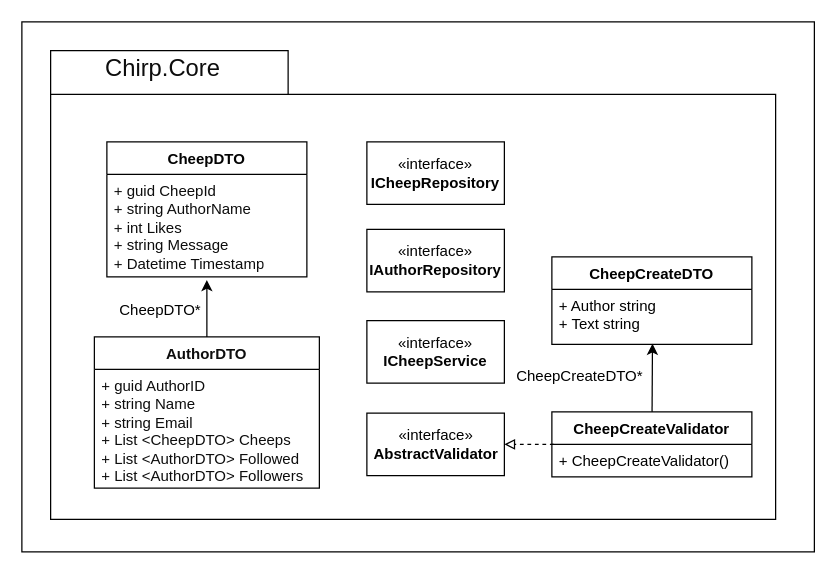
Above: Docs/Images/PackagesUMLClassDiagrams/PackageCoreUMLDiagram.drawio in ITU-BDSA23-GROUP4/Chirp (draw.io), before the change. Source tidied: cells renumbered, new cells numbered last; positions are measured from the earlier drawing's top-left corner, leaving out a move shared by most shapes. Both pictures are drawn from the tidied source at 125%, with x=0, y=0 at pixel (21, 21).
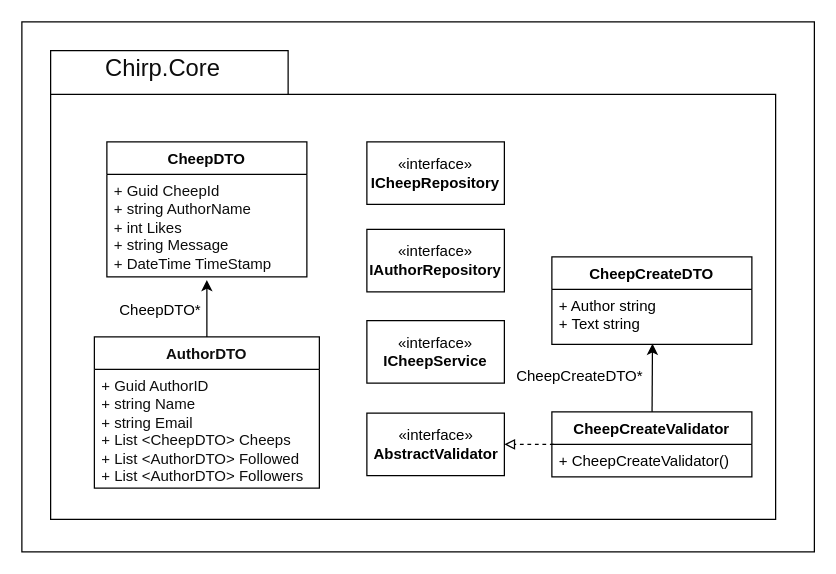
Above is the later version.

Commit message (it also covers changes not shown here):
Added missing methods to the UML diagram

The change refers to these unchanged cells:
```xml
<mxCell id="4" value="&lt;font color=&quot;#030303&quot;&gt;CheepDTO&lt;/font&gt;" style="swimlane;fontStyle=1;align=center;verticalAlign=top;horizontal=1;startSize=26;whiteSpace=wrap;html=1;strokeColor=#000000;fillColor=none;" parent="1" vertex="1">
  <mxGeometry x="68" y="96" width="160" height="108" as="geometry" />
</mxCell>
<mxCell id="6" value="&lt;font color=&quot;#0d0d0d&quot;&gt;AuthorDTO&lt;/font&gt;" style="swimlane;fontStyle=1;align=center;verticalAlign=top;horizontal=1;startSize=26;whiteSpace=wrap;html=1;fillColor=none;strokeWidth=1;strokeColor=#030303;" parent="1" vertex="1">
  <mxGeometry x="58" y="252" width="180" height="121" as="geometry" />
</mxCell>
```

Diff of the diagram source:
```diff
@@
-    <mxCell id="5" value="&lt;font color=&quot;#0d0d0d&quot;&gt;+ guid CheepId&lt;br&gt;+ string AuthorName&lt;br&gt;+ int Likes&lt;br&gt;+ string Message&lt;br&gt;+ Datetime Timestamp&lt;/font&gt;" style="text;strokeColor=none;fillColor=none;align=left;verticalAlign=top;spacingLeft=4;spacingRight=4;overflow=hidden;points=[[0,0.5],[1,0.5]];portConstraint=eastwest;whiteSpace=wrap;html=1;" parent="4" vertex="1">
+    <mxCell id="5" value="&lt;font color=&quot;#0d0d0d&quot;&gt;+ Guid CheepId&lt;br&gt;+ string AuthorName&lt;br&gt;+ int Likes&lt;br&gt;+ string Message&lt;br&gt;+ DateTime TimeStamp&lt;/font&gt;" style="text;strokeColor=none;fillColor=none;align=left;verticalAlign=top;spacingLeft=4;spacingRight=4;overflow=hidden;points=[[0,0.5],[1,0.5]];portConstraint=eastwest;whiteSpace=wrap;html=1;" parent="4" vertex="1">
       <mxGeometry y="26" width="160" height="82" as="geometry" />
     </mxCell>
@@
-    <mxCell id="7" value="&lt;font color=&quot;#0d0d0d&quot;&gt;+ guid AuthorID&lt;br&gt;+ string Name&lt;br&gt;+ string Email&lt;br&gt;+ List &amp;lt;CheepDTO&amp;gt; Cheeps&lt;br&gt;+ List &amp;lt;AuthorDTO&amp;gt; Followed&lt;br&gt;+ List &amp;lt;AuthorDTO&amp;gt; Followers&lt;br&gt;&lt;/font&gt;" style="text;strokeColor=none;fillColor=none;align=left;verticalAlign=top;spacingLeft=4;spacingRight=4;overflow=hidden;whiteSpace=wrap;html=1;" parent="6" vertex="1">
+    <mxCell id="7" value="&lt;font color=&quot;#0d0d0d&quot;&gt;+ Guid AuthorID&lt;br&gt;+ string Name&lt;br&gt;+ string Email&lt;br&gt;+ List &amp;lt;CheepDTO&amp;gt; Cheeps&lt;br&gt;+ List &amp;lt;AuthorDTO&amp;gt; Followed&lt;br&gt;+ List &amp;lt;AuthorDTO&amp;gt; Followers&lt;br&gt;&lt;/font&gt;" style="text;strokeColor=none;fillColor=none;align=left;verticalAlign=top;spacingLeft=4;spacingRight=4;overflow=hidden;whiteSpace=wrap;html=1;" parent="6" vertex="1">
       <mxGeometry y="26" width="180" height="95" as="geometry" />
     </mxCell>
```
